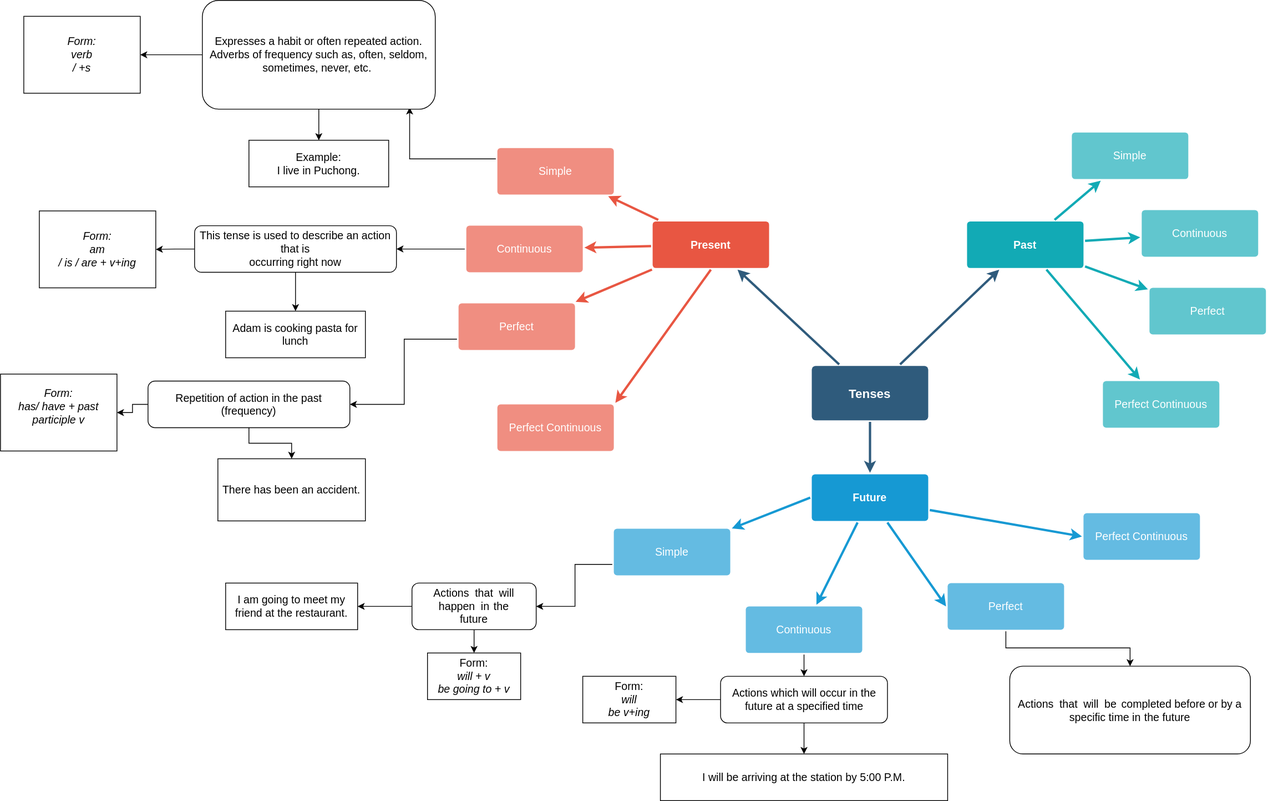
Above: Tense.drawio.svg in mhrk04/WED10402-CE (draw.io), before the change. Source tidied: cells renumbered, new cells last; positions are measured from the earlier drawing's top-left corner, leaving out a move shared by most shapes.
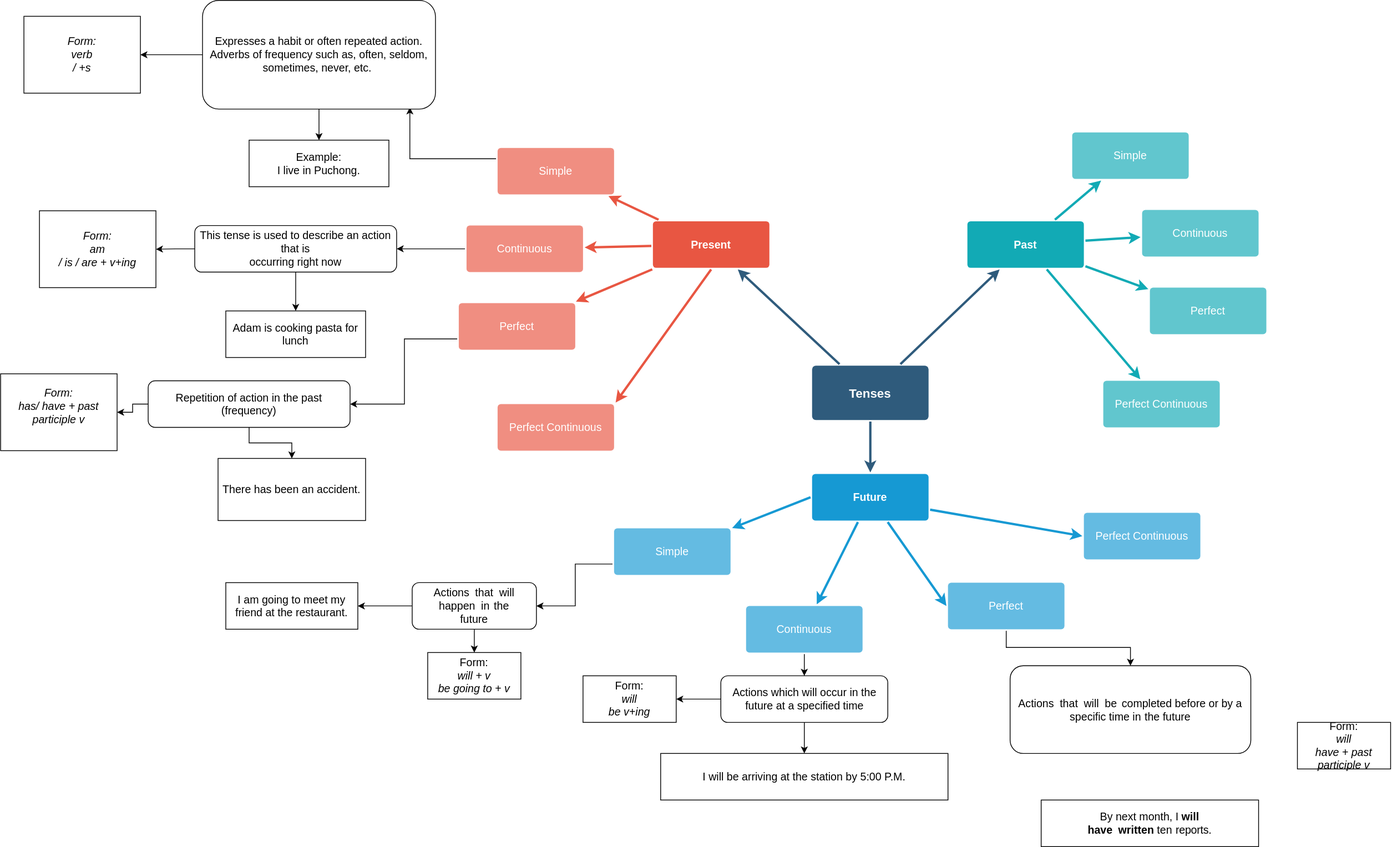
The same diagram one commit later.

Change to the diagram source:
```diff
@@ -191,5 +191,11 @@
     <mxCell id="64" value="&lt;p class=&quot;TableParagraph&quot;&gt;&lt;span lang=&quot;EN-US&quot;&gt;Actions&lt;span style=&quot;letter-spacing:2.75pt&quot;&gt; &lt;/span&gt;that&lt;span style=&quot;letter-spacing:2.75pt&quot;&gt; &lt;/span&gt;will&lt;span style=&quot;letter-spacing:2.75pt&quot;&gt; &lt;/span&gt;be&lt;span style=&quot;letter-spacing:1.7pt&quot;&gt; &lt;/span&gt;completed before or by a specific time in&lt;span style=&quot;letter-spacing:.5pt&quot;&gt; &lt;/span&gt;the future&lt;/span&gt;&lt;span lang=&quot;EN-US&quot;&gt;&lt;/span&gt;&lt;/p&gt;" style="rounded=1;whiteSpace=wrap;html=1;labelBackgroundColor=none;fontSize=14;fontColor=#000000;" parent="1" vertex="1">
       <mxGeometry x="1300" y="857" width="310" height="113" as="geometry" />
     </mxCell>
+    <mxCell id="65" value="&lt;span style=&quot;font-size:12.0pt;line-height:&lt;br/&gt;107%;font-family:&amp;quot;Cambria&amp;quot;,serif;mso-fareast-font-family:Calibri;mso-bidi-font-family:&lt;br/&gt;Arial;color:#232021;mso-ansi-language:EN-GB;mso-fareast-language:EN-US;&lt;br/&gt;mso-bidi-language:AR-SA&quot; lang=&quot;EN-GB&quot;&gt;By next month, I &lt;b&gt;will&lt;br/&gt;have&lt;span style=&quot;letter-spacing:2.7pt&quot;&gt; &lt;/span&gt;written&lt;/b&gt; ten&lt;span style=&quot;letter-spacing:.6pt&quot;&gt; &lt;/span&gt;&lt;span style=&quot;letter-spacing:-.15pt&quot;&gt;reports.&lt;/span&gt;&lt;/span&gt;" style="rounded=0;whiteSpace=wrap;html=1;labelBackgroundColor=none;fontSize=14;fontColor=#000000;" parent="1" vertex="1">
+      <mxGeometry x="1340" y="1030" width="280" height="60" as="geometry" />
+    </mxCell>
+    <mxCell id="66" value="Form:&lt;br&gt;&lt;i&gt;&lt;span style=&quot;font-size:12.0pt;line-height:107%;font-family:&amp;quot;Cambria&amp;quot;,serif;&lt;br/&gt;mso-fareast-font-family:Calibri;mso-bidi-font-family:Arial;color:#232021;&lt;br/&gt;mso-ansi-language:EN-GB;mso-fareast-language:EN-US;mso-bidi-language:AR-SA&quot; lang=&quot;EN-GB&quot;&gt;will&lt;br/&gt;have + past participle v&lt;/span&gt;&lt;/i&gt;" style="rounded=0;whiteSpace=wrap;html=1;labelBackgroundColor=none;fontSize=14;fontColor=#000000;" parent="1" vertex="1">
+      <mxGeometry x="1670" y="930" width="120" height="60" as="geometry" />
+    </mxCell>
   </root>
 </mxGraphModel>
```
